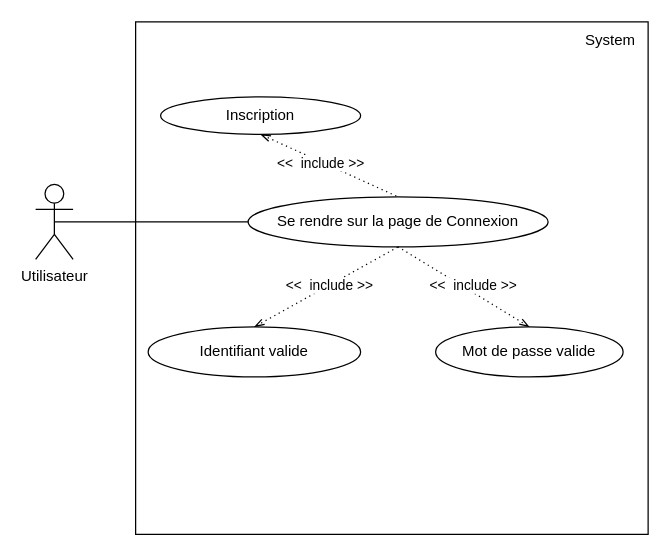
The draw.io diagram use_case_diagrams/2. cu_Connexion/cu_CONNEXION.drawio in LekishviliRati/P13_Patient_follow-up_diary, before the edit. Source tidied: cells renumbered, new cells numbered last; positions are measured from the earlier drawing's top-left corner, leaving out a move shared by most shapes. Both pictures are drawn from the tidied source at 125%, with x=0, y=0 at pixel (35, 21).
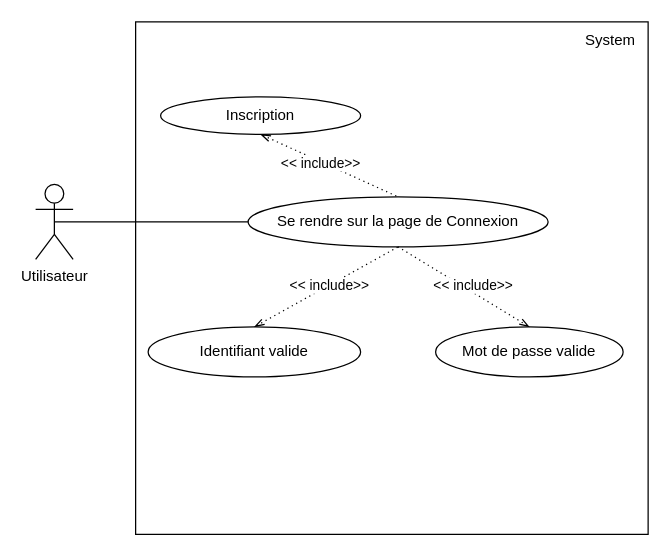
The same diagram, later.

The edit, as a diff of the source:
```diff
@@
 <mxGraphModel>
   <root>
     <mxCell id="0" />
     <mxCell id="1" parent="0" />
     <mxCell id="2" style="whiteSpace=wrap;html=1;" parent="1" vertex="1">
       <mxGeometry x="80" width="410" height="410" as="geometry" />
     </mxCell>
     <mxCell id="3" value="Utilisateur" style="shape=umlActor;verticalLabelPosition=bottom;verticalAlign=top;html=1;outlineConnect=0;" parent="1" vertex="1">
       <mxGeometry y="130" width="30" height="60" as="geometry" />
     </mxCell>
     <mxCell id="4" value="Se rendre sur la page de Connexion" style="ellipse;whiteSpace=wrap;html=1;" parent="1" vertex="1">
       <mxGeometry x="170" y="140" width="240" height="40" as="geometry" />
     </mxCell>
     <mxCell id="5" value="System" style="text;html=1;strokeColor=none;fillColor=none;align=center;verticalAlign=middle;whiteSpace=wrap;rounded=0;" parent="1" vertex="1">
       <mxGeometry x="430" width="60" height="30" as="geometry" />
     </mxCell>
     <mxCell id="6" value="Mot de passe valide" style="ellipse;whiteSpace=wrap;html=1;" parent="1" vertex="1">
       <mxGeometry x="320" y="244" width="150" height="40" as="geometry" />
     </mxCell>
     <mxCell id="7" value="Identifiant valide" style="ellipse;whiteSpace=wrap;html=1;" parent="1" vertex="1">
       <mxGeometry x="90" y="244" width="170" height="40" as="geometry" />
     </mxCell>
     <mxCell id="8" value="Inscription" style="ellipse;whiteSpace=wrap;html=1;" parent="1" vertex="1">
       <mxGeometry x="100" y="60" width="160" height="30" as="geometry" />
     </mxCell>
     <mxCell id="9" style="endArrow=none;dashed=1;html=1;dashPattern=1 3;strokeWidth=1;rounded=0;exitX=0.5;exitY=1;exitDx=0;exitDy=0;entryX=0.5;entryY=0;entryDx=0;entryDy=0;startArrow=openThin;startFill=0;targetPerimeterSpacing=0;sourcePerimeterSpacing=0;jumpSize=6;" parent="1" edge="1" source="8" target="4">
       <mxGeometry relative="1" as="geometry" />
     </mxCell>
-    <mxCell id="10" value="&amp;lt;&amp;lt;&amp;nbsp; include &amp;gt;&amp;gt;" style="edgeLabel;html=1;align=center;verticalAlign=middle;" parent="9" vertex="1">
+    <mxCell id="10" value="&amp;lt;&amp;lt; include&amp;gt;&amp;gt;" style="edgeLabel;html=1;align=center;verticalAlign=middle;" parent="9" vertex="1">
       <mxGeometry x="0.56" y="2" relative="1" as="geometry">
         <mxPoint x="-39" y="-15" as="offset" />
       </mxGeometry>
     </mxCell>
     <mxCell id="11" style="endArrow=none;dashed=1;html=1;dashPattern=1 3;strokeWidth=1;rounded=0;exitX=0.5;exitY=0;exitDx=0;exitDy=0;entryX=0.5;entryY=1;entryDx=0;entryDy=0;startArrow=openThin;startFill=0;targetPerimeterSpacing=0;sourcePerimeterSpacing=0;jumpSize=6;" parent="1" edge="1" source="6" target="4">
       <mxGeometry relative="1" as="geometry" />
     </mxCell>
-    <mxCell id="12" value="&amp;lt;&amp;lt;&amp;nbsp; include &amp;gt;&amp;gt;" style="edgeLabel;html=1;align=center;verticalAlign=middle;" parent="11" vertex="1">
+    <mxCell id="12" value="&amp;lt;&amp;lt; include&amp;gt;&amp;gt;" style="edgeLabel;html=1;align=center;verticalAlign=middle;" parent="11" vertex="1">
       <mxGeometry x="0.56" y="2" relative="1" as="geometry">
         <mxPoint x="38" y="15" as="offset" />
       </mxGeometry>
     </mxCell>
     <mxCell id="13" style="endArrow=none;dashed=1;html=1;dashPattern=1 3;strokeWidth=1;rounded=0;exitX=0.5;exitY=0;exitDx=0;exitDy=0;entryX=0.5;entryY=1;entryDx=0;entryDy=0;startArrow=openThin;startFill=0;targetPerimeterSpacing=0;sourcePerimeterSpacing=0;jumpSize=6;" parent="1" edge="1" source="7" target="4">
       <mxGeometry relative="1" as="geometry" />
     </mxCell>
-    <mxCell id="14" value="&amp;lt;&amp;lt;&amp;nbsp; include &amp;gt;&amp;gt;" style="edgeLabel;html=1;align=center;verticalAlign=middle;" parent="13" vertex="1">
+    <mxCell id="14" value="&amp;lt;&amp;lt; include&amp;gt;&amp;gt;" style="edgeLabel;html=1;align=center;verticalAlign=middle;" parent="13" vertex="1">
       <mxGeometry x="0.56" y="2" relative="1" as="geometry">
         <mxPoint x="-30" y="18" as="offset" />
       </mxGeometry>
     </mxCell>
     <mxCell id="15" style="endArrow=none;html=1;rounded=0;sourcePerimeterSpacing=0;targetPerimeterSpacing=0;strokeWidth=1;jumpSize=6;exitX=0.5;exitY=0.5;exitDx=0;exitDy=0;exitPerimeter=0;entryX=0;entryY=0.5;entryDx=0;entryDy=0;" parent="1" edge="1" source="3" target="4">
       <mxGeometry relative="1" as="geometry" />
     </mxCell>
   </root>
 </mxGraphModel>
```
